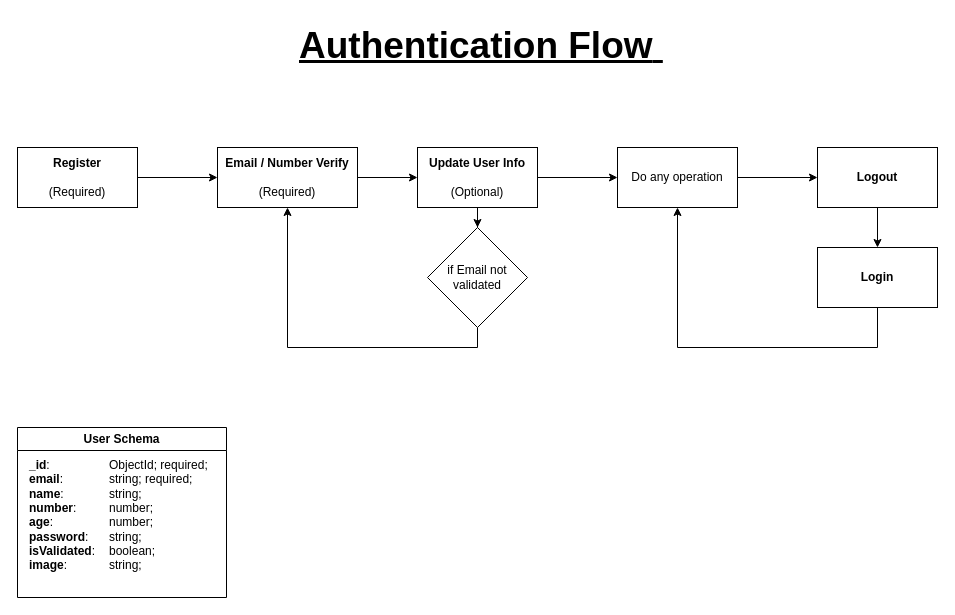
Above: server/authentication-flow.drawio in JiveshRajput/url-shortner (draw.io), before the change. Source tidied: cells renumbered, new cells numbered last; positions are measured from the earlier drawing's top-left corner, leaving out a move shared by most shapes. Both pictures are drawn from the tidied source at 100%, with x=0, y=0 at pixel (17, 17).
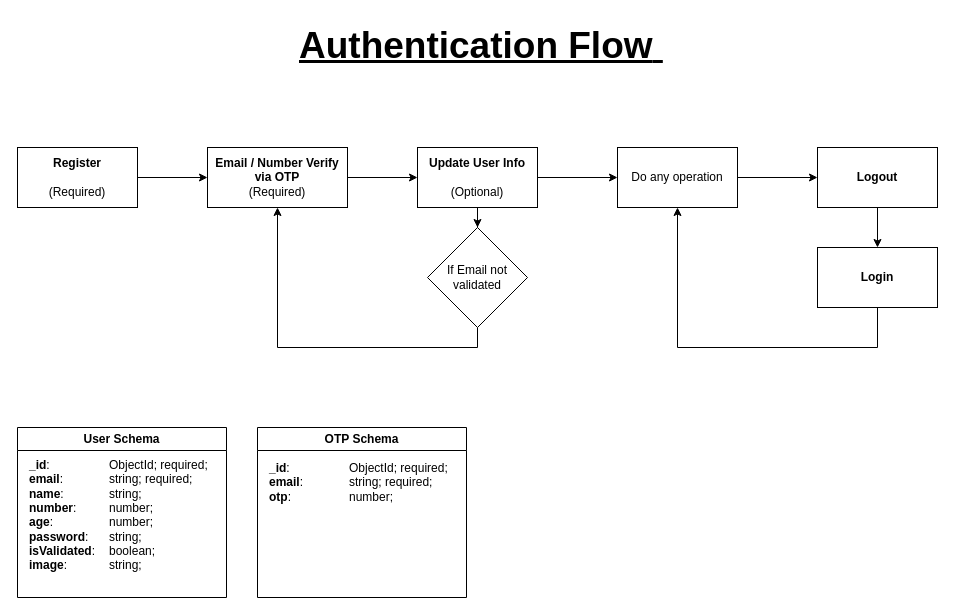
Above is the later version.

What changed in the source:
```diff
@@
-    <mxCell id="5" value="&lt;b&gt;Email / Number Verify&lt;/b&gt;&lt;div&gt;&lt;br&gt;&lt;/div&gt;&lt;div&gt;(Required)&lt;br&gt;&lt;/div&gt;" style="whiteSpace=wrap;html=1;rounded=0;" parent="1" vertex="1">
-      <mxGeometry x="200" y="130" width="140" height="60" as="geometry" />
+    <mxCell id="5" value="&lt;b&gt;Email / Number Verify&lt;/b&gt;&lt;div&gt;&lt;b&gt;via OTP&lt;/b&gt;&lt;/div&gt;&lt;div&gt;(Required)&lt;br&gt;&lt;/div&gt;" style="whiteSpace=wrap;html=1;rounded=0;" parent="1" vertex="1">
+      <mxGeometry x="190" y="130" width="140" height="60" as="geometry" />
     </mxCell>
@@
-    <mxCell id="12" value="if Email not validated" style="rhombus;whiteSpace=wrap;html=1;rounded=0;" parent="1" vertex="1">
+    <mxCell id="12" value="If Email not validated" style="rhombus;whiteSpace=wrap;html=1;rounded=0;" parent="1" vertex="1">
       <mxGeometry x="410" y="210" width="100" height="100" as="geometry" />
     </mxCell>
@@
     <mxCell id="17" value="&lt;h1 style=&quot;text-align: center; margin-top: 0px;&quot;&gt;&lt;span style=&quot;background-color: initial; font-size: 37px;&quot;&gt;&lt;u&gt;Authentication Flow&lt;span style=&quot;font-weight: 400;&quot;&gt;&amp;nbsp;&lt;/span&gt;&lt;/u&gt;&lt;/span&gt;&lt;br&gt;&lt;/h1&gt;" style="text;html=1;whiteSpace=wrap;overflow=hidden;rounded=0;" parent="1" vertex="1">
-      <mxGeometry x="280" width="380" height="70" as="geometry" />
+      <mxGeometry x="280" width="370" height="60" as="geometry" />
     </mxCell>
@@
+    <mxCell id="20" value="OTP Schema" style="swimlane;whiteSpace=wrap;html=1;" parent="1" vertex="1">
+      <mxGeometry x="240" y="410" width="209" height="170" as="geometry" />
+    </mxCell>
+    <mxCell id="21" value="&lt;div&gt;&lt;div&gt;&lt;span style=&quot;background-color: initial;&quot;&gt;&lt;b&gt;_id&lt;/b&gt;:&lt;span style=&quot;white-space: pre;&quot;&gt;&#9;&lt;/span&gt;&lt;span style=&quot;white-space: pre;&quot;&gt;&#9;&lt;/span&gt;&lt;span style=&quot;white-space: pre;&quot;&gt;&#9;&lt;/span&gt;ObjectId; required;&lt;/span&gt;&lt;/div&gt;&lt;div&gt;&lt;b style=&quot;background-color: initial;&quot;&gt;email&lt;/b&gt;&lt;span style=&quot;background-color: initial;&quot;&gt;: &lt;/span&gt;&lt;span style=&quot;background-color: initial; white-space: pre;&quot;&gt;&#9;&lt;/span&gt;&lt;span style=&quot;background-color: initial; white-space: pre;&quot;&gt;&#9;&lt;/span&gt;&lt;span style=&quot;background-color: initial;&quot;&gt;string; required;&lt;/span&gt;&lt;br&gt;&lt;/div&gt;&lt;div&gt;&lt;span style=&quot;background-color: initial;&quot;&gt;&lt;b&gt;otp&lt;/b&gt;: &lt;span style=&quot;white-space: pre;&quot;&gt;&#9;&lt;span style=&quot;white-space: pre;&quot;&gt;&#9;&lt;/span&gt;&lt;/span&gt;number;&lt;/span&gt;&lt;/div&gt;&lt;/div&gt;" style="text;html=1;align=left;verticalAlign=middle;whiteSpace=wrap;rounded=0;" parent="20" vertex="1">
+      <mxGeometry x="10" y="30" width="190" height="50" as="geometry" />
+    </mxCell>
```
